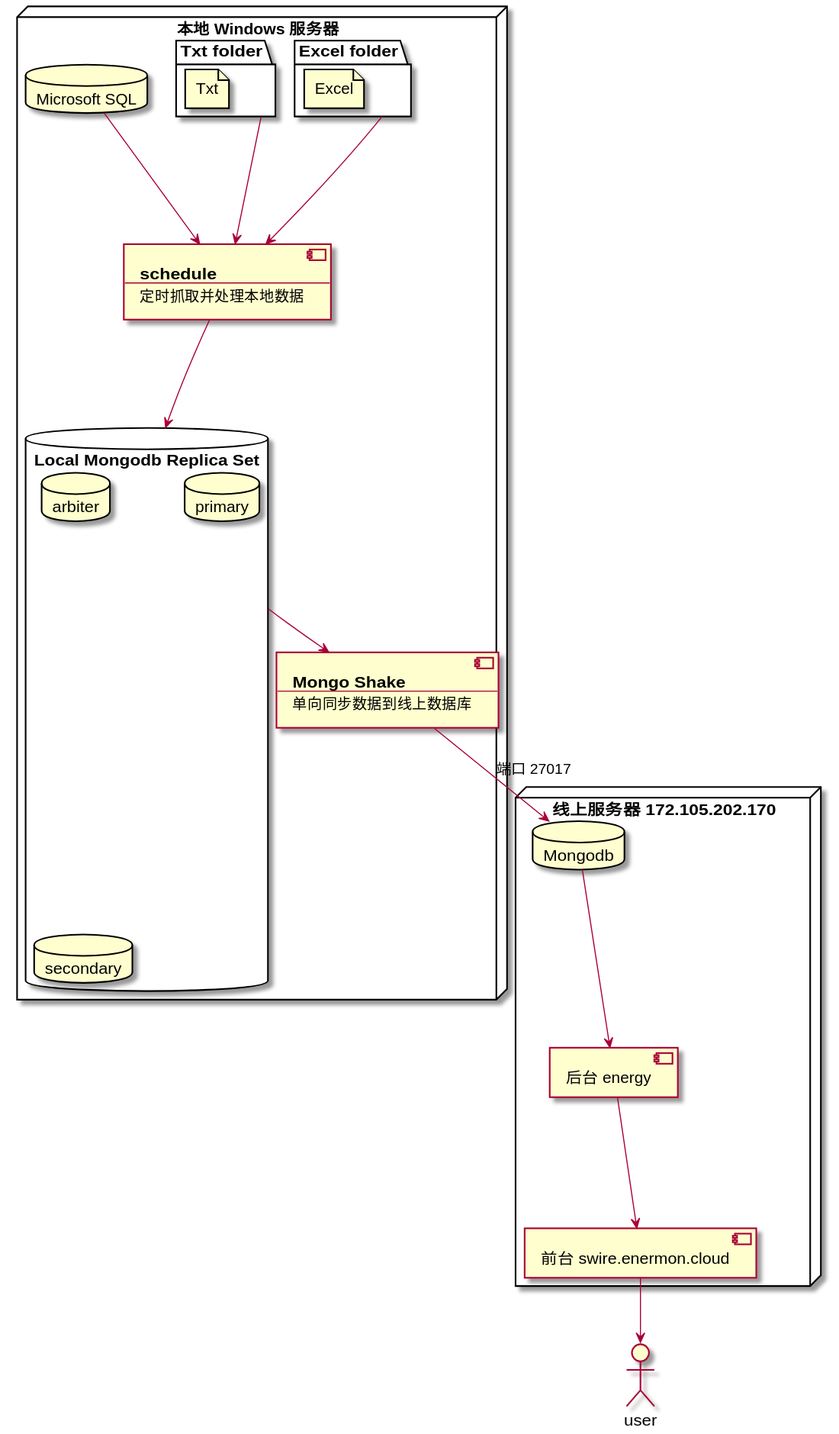
The PlantUML diagram docs/public/now.svg in joehecn/swire-docs, before a commit.
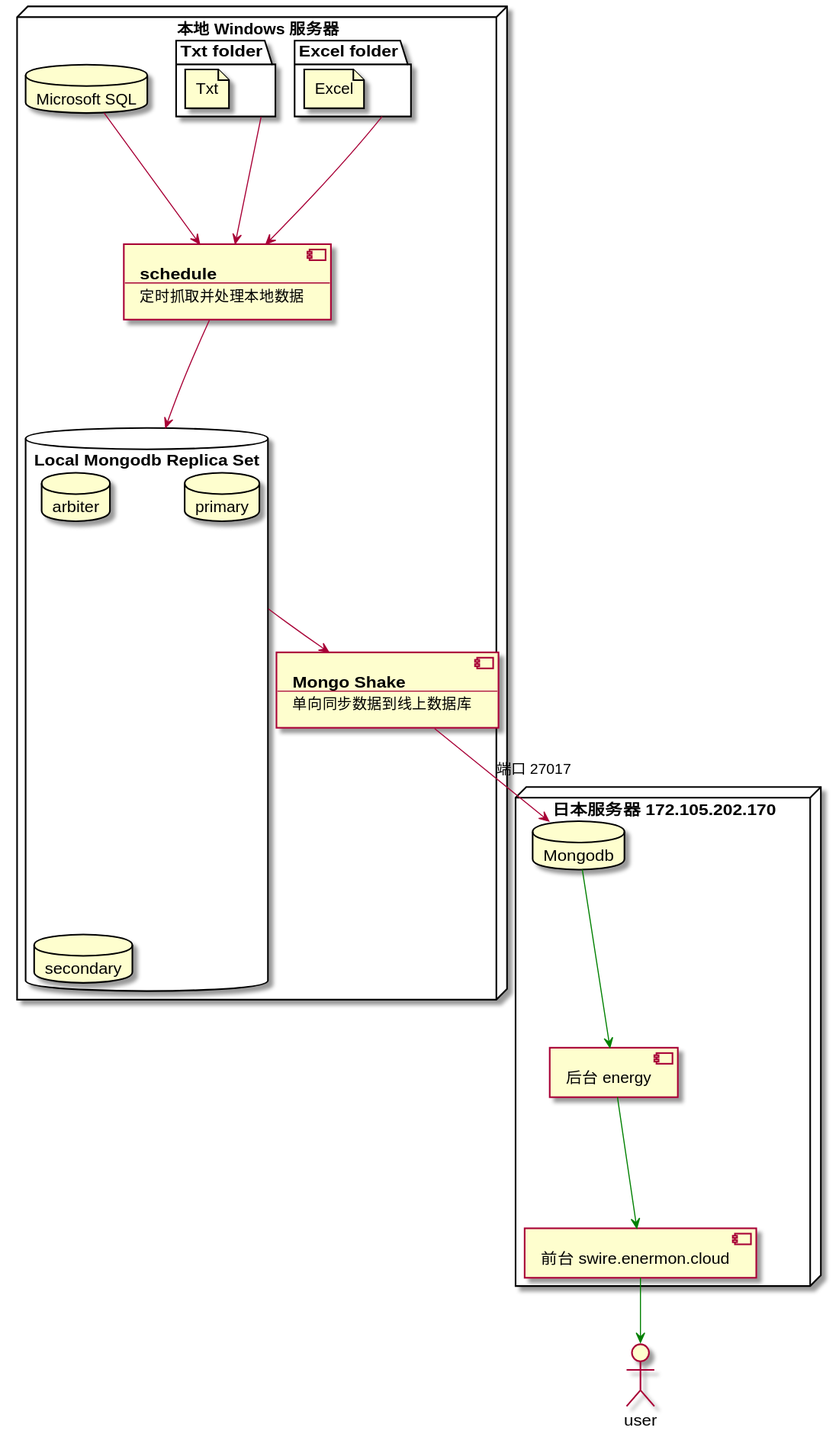
After the commit.

The edit, as a diff of the source:
```diff
@@ -26,7 +26,7 @@
     ]
   }
 
-  node "线上服务器 172.105.202.170" as linux {
+  node "日本服务器 172.105.202.170" as linux {
     component "前台 swire.enermon.cloud" as web
     component "后台 energy" as energy
 
@@ -42,8 +42,8 @@
   localdb --> shake
 
   shake --> db : 端口 27017
-  db --> energy
-  energy --> web
-  web --> user
+  db -[#green]-> energy
+  energy -[#green]-> web
+  web -[#green]-> user
 
 @enduml
```
